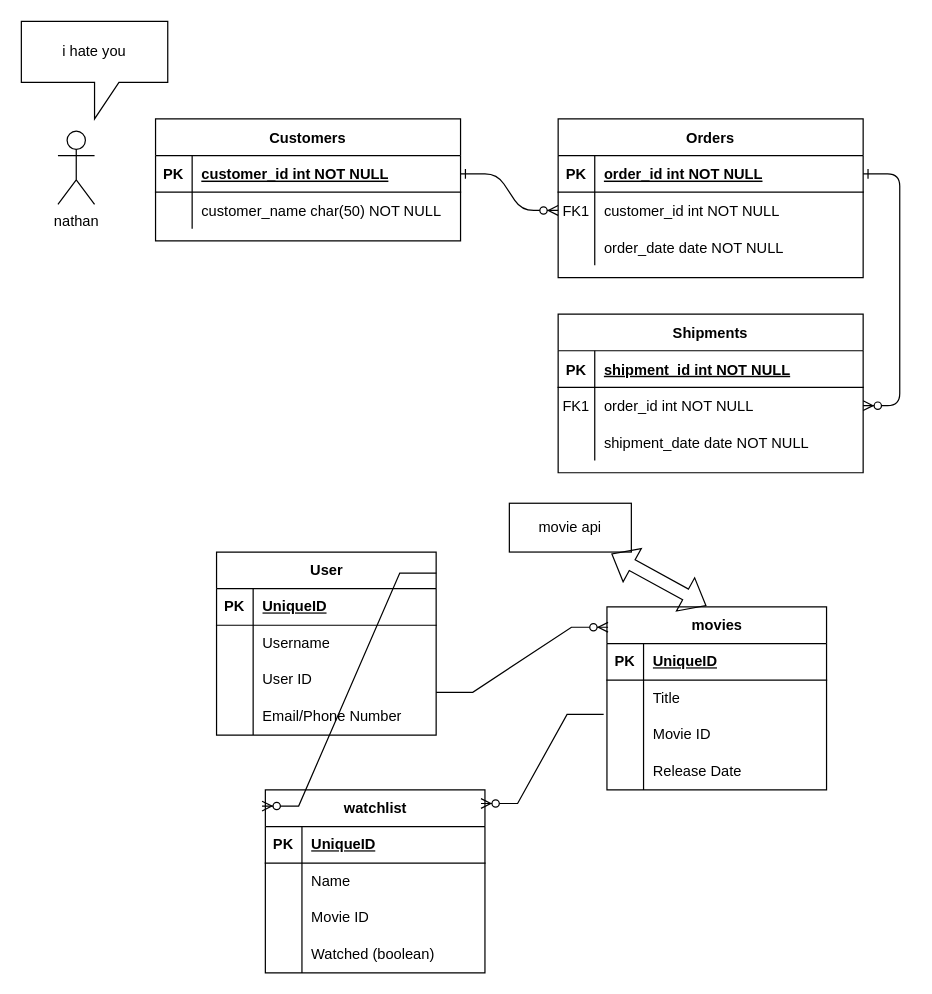
Above: moviethingy.drawio in nathannathan08/54 (draw.io), before the change. Source tidied: cells renumbered, new cells numbered last; positions are measured from the earlier drawing's top-left corner, leaving out a move shared by most shapes. Both pictures are drawn from the tidied source at 122%, with x=0, y=0 at pixel (21, 21).
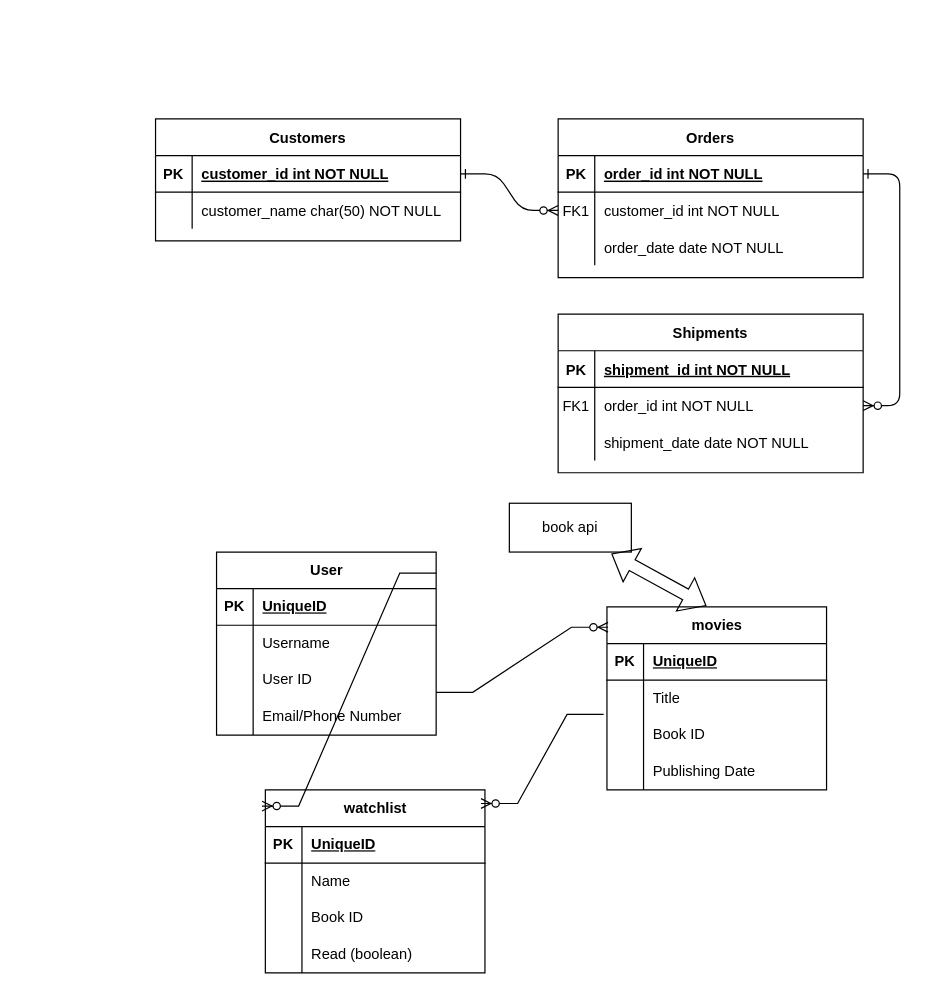
Above is the later version.

Unchanged cells that the change refers to:
```xml
<mxCell id="52" style="shape=tableRow;horizontal=0;startSize=0;swimlaneHead=0;swimlaneBody=0;fillColor=none;points=[[0,0.5],[1,0.5]];portConstraint=eastwest;top=0;left=0;right=0;bottom=0;" parent="45" vertex="1">
  <mxGeometry y="90" width="180" height="30" as="geometry" />
</mxCell>
<mxCell id="55" style="shape=tableRow;horizontal=0;startSize=0;swimlaneHead=0;swimlaneBody=0;fillColor=none;top=0;left=0;right=0;bottom=0;" parent="45" vertex="1">
  <mxGeometry y="120" width="180" height="30" as="geometry" />
</mxCell>
<mxCell id="69" style="shape=tableRow;horizontal=0;startSize=0;swimlaneHead=0;swimlaneBody=0;fillColor=none;top=0;left=0;right=0;bottom=0;" parent="62" vertex="1">
  <mxGeometry y="90" width="180" height="30" as="geometry" />
</mxCell>
<mxCell id="72" style="shape=tableRow;horizontal=0;startSize=0;swimlaneHead=0;swimlaneBody=0;fillColor=none;top=0;left=0;right=0;bottom=0;" parent="62" vertex="1">
  <mxGeometry y="120" width="180" height="30" as="geometry" />
</mxCell>
```

What changed in the source:
```diff
@@
-    <mxCell id="44" value="movie api" style="whiteSpace=wrap;html=1;align=center;" parent="1" vertex="1">
+    <mxCell id="44" value="book api" style="whiteSpace=wrap;html=1;align=center;" parent="1" vertex="1">
       <mxGeometry x="400" y="395" width="100" height="40" as="geometry" />
     </mxCell>
@@
-    <mxCell id="54" value="Movie ID" style="shape=partialRectangle;fillColor=none;top=0;left=0;bottom=0;right=0;align=left;spacingLeft=6;overflow=hidden;whiteSpace=wrap;html=1;" parent="52" vertex="1">
+    <mxCell id="54" value="Book ID" style="shape=partialRectangle;fillColor=none;top=0;left=0;bottom=0;right=0;align=left;spacingLeft=6;overflow=hidden;whiteSpace=wrap;html=1;" parent="52" vertex="1">
       <mxGeometry x="30" width="150" height="30" as="geometry" />
     </mxCell>
@@
-    <mxCell id="57" value="Release Date" style="shape=partialRectangle;fillColor=none;top=0;left=0;bottom=0;right=0;align=left;spacingLeft=6;overflow=hidden;whiteSpace=wrap;html=1;" parent="55" vertex="1">
+    <mxCell id="57" value="Publishing Date" style="shape=partialRectangle;fillColor=none;top=0;left=0;bottom=0;right=0;align=left;spacingLeft=6;overflow=hidden;whiteSpace=wrap;html=1;" parent="55" vertex="1">
       <mxGeometry x="30" width="150" height="30" as="geometry" />
     </mxCell>
@@
-    <mxCell id="59" value="nathan" style="shape=umlActor;verticalLabelPosition=bottom;verticalAlign=top;html=1;" parent="1" vertex="1">
-      <mxGeometry x="30" y="90" width="30" height="60" as="geometry" />
-    </mxCell>
-    <mxCell id="60" value="i hate you" style="shape=callout;whiteSpace=wrap;html=1;perimeter=calloutPerimeter;" parent="1" vertex="1">
-      <mxGeometry width="120" height="80" as="geometry" />
-    </mxCell>
@@
-    <mxCell id="71" value="Movie ID" style="shape=partialRectangle;fillColor=none;top=0;left=0;bottom=0;right=0;align=left;spacingLeft=6;overflow=hidden;whiteSpace=wrap;html=1;" parent="69" vertex="1">
+    <mxCell id="71" value="Book ID" style="shape=partialRectangle;fillColor=none;top=0;left=0;bottom=0;right=0;align=left;spacingLeft=6;overflow=hidden;whiteSpace=wrap;html=1;" parent="69" vertex="1">
       <mxGeometry x="30" width="150" height="30" as="geometry" />
     </mxCell>
@@
-    <mxCell id="74" value="Watched (boolean)" style="shape=partialRectangle;fillColor=none;top=0;left=0;bottom=0;right=0;align=left;spacingLeft=6;overflow=hidden;whiteSpace=wrap;html=1;" parent="72" vertex="1">
+    <mxCell id="74" value="Read (boolean)" style="shape=partialRectangle;fillColor=none;top=0;left=0;bottom=0;right=0;align=left;spacingLeft=6;overflow=hidden;whiteSpace=wrap;html=1;" parent="72" vertex="1">
       <mxGeometry x="30" width="150" height="30" as="geometry" />
     </mxCell>
```
